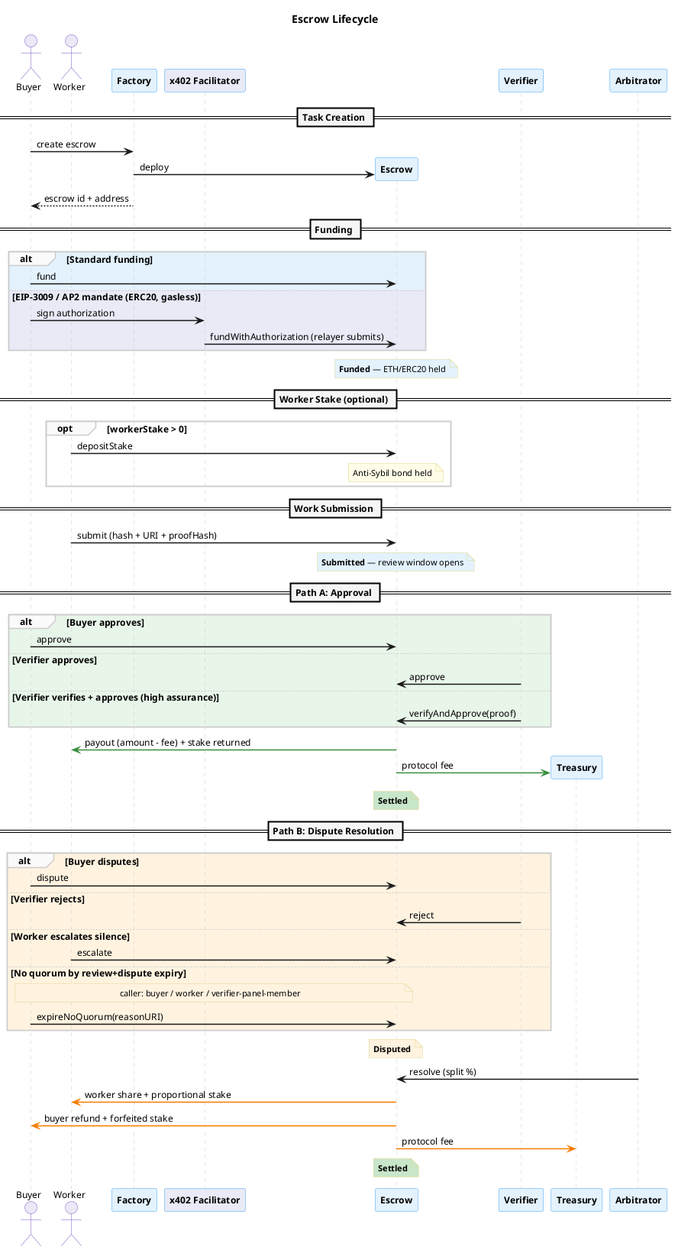
Above: docs/diagrams/lifecycle-sequence.png in eddiefleurent/agent-escrow (PlantUML), before the change.
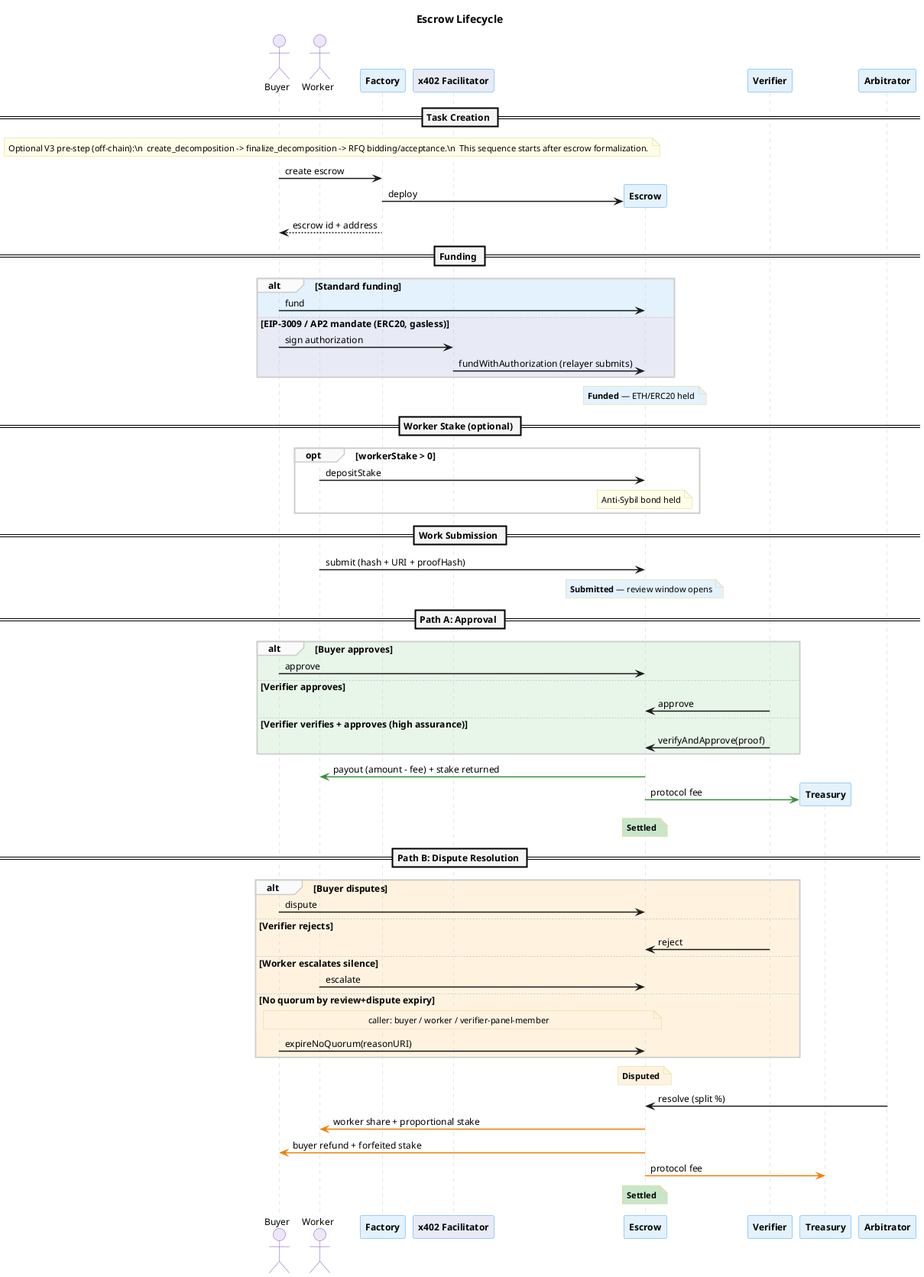
The same diagram one commit later.

What changed in the source:
```diff
@@ -35,6 +35,10 @@
 participant "x402 Facilitator" as facilitator #E8EAF6
 
 == Task Creation ==
+
+note over buyer,factory #FFFDE7
+  Optional V3 pre-step (off-chain):\n  create_decomposition -> finalize_decomposition -> RFQ bidding/acceptance.\n  This sequence starts after escrow formalization.
+end note
 
 buyer -> factory : create escrow
 factory -> "Escrow" as escrow ** : deploy
```
